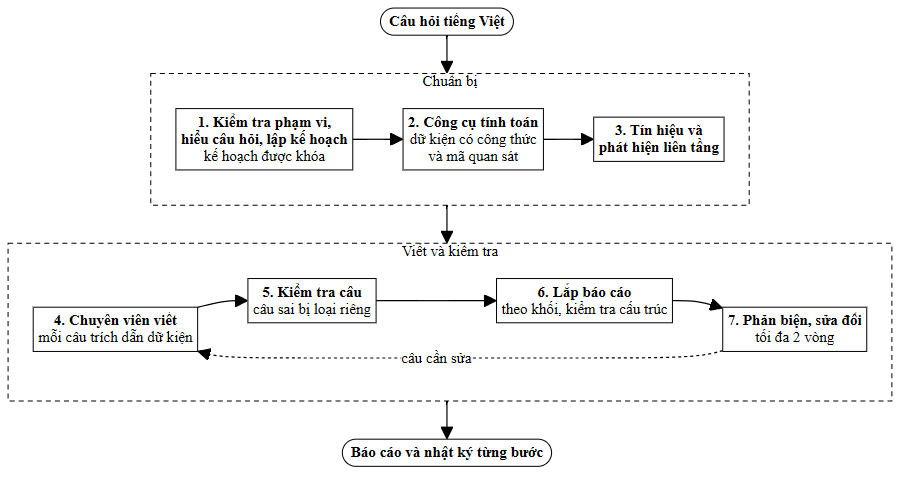
Above: docs/thesis-v2/figures/hinh-4-2-luong-phan-tich-end-to-end.png in thaicuong576/final-thesis (Mermaid), before the change. Its source is kept beside it as docs/thesis-v2/figures/hinh-4-2-luong-phan-tich-end-to-end.mmd.
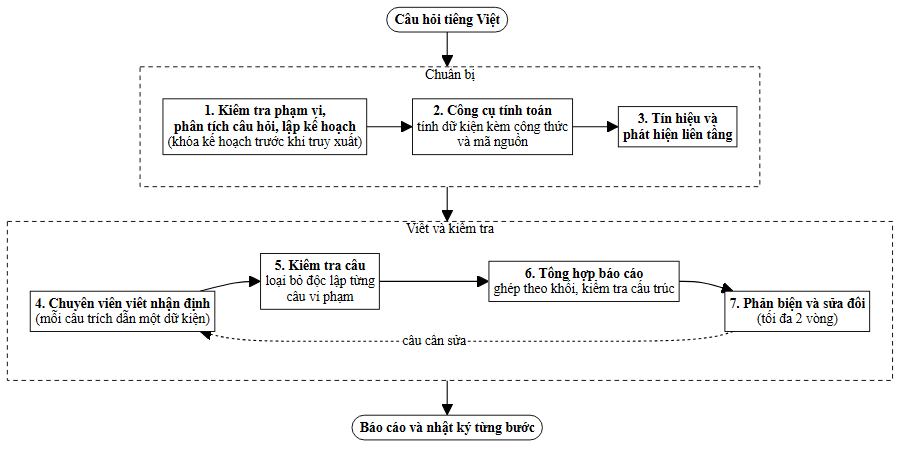
After the change.

The edit, as a diff of the source:
```diff
@@ -2,17 +2,17 @@
     Q(["<b>Câu hỏi tiếng Việt</b>"])
     subgraph PRE ["Chuẩn bị"]
         direction LR
-        P["<b>1. Kiểm tra phạm vi,<br/>hiểu câu hỏi, lập kế hoạch</b><br/>kế hoạch được khóa"]
-        T["<b>2. Công cụ tính toán</b><br/>dữ kiện có công thức<br/>và mã quan sát"]
+        P["<b>1. Kiểm tra phạm vi,<br/>phân tích câu hỏi, lập kế hoạch</b><br/>(khóa kế hoạch trước khi truy xuất)"]
+        T["<b>2. Công cụ tính toán</b><br/>tính dữ kiện kèm công thức<br/>và mã nguồn"]
         G["<b>3. Tín hiệu và<br/>phát hiện liên tầng</b>"]
         P --> T --> G
     end
     subgraph WRI ["Viết và kiểm tra"]
         direction LR
-        W["<b>4. Chuyên viên viết</b><br/>mỗi câu trích dẫn dữ kiện"]
-        V["<b>5. Kiểm tra câu</b><br/>câu sai bị loại riêng"]
-        A["<b>6. Lắp báo cáo</b><br/>theo khối, kiểm tra cấu trúc"]
-        C["<b>7. Phản biện, sửa đổi</b><br/>tối đa 2 vòng"]
+        W["<b>4. Chuyên viên viết nhận định</b><br/>(mỗi câu trích dẫn một dữ kiện)"]
+        V["<b>5. Kiểm tra câu</b><br/>loại bỏ độc lập từng<br/>câu vi phạm"]
+        A["<b>6. Tổng hợp báo cáo</b><br/>ghép theo khối, kiểm tra cấu trúc"]
+        C["<b>7. Phản biện và sửa đổi</b><br/>(tối đa 2 vòng)"]
         W --> V --> A --> C
         C -.->|"câu cần sửa"| W
     end
```
